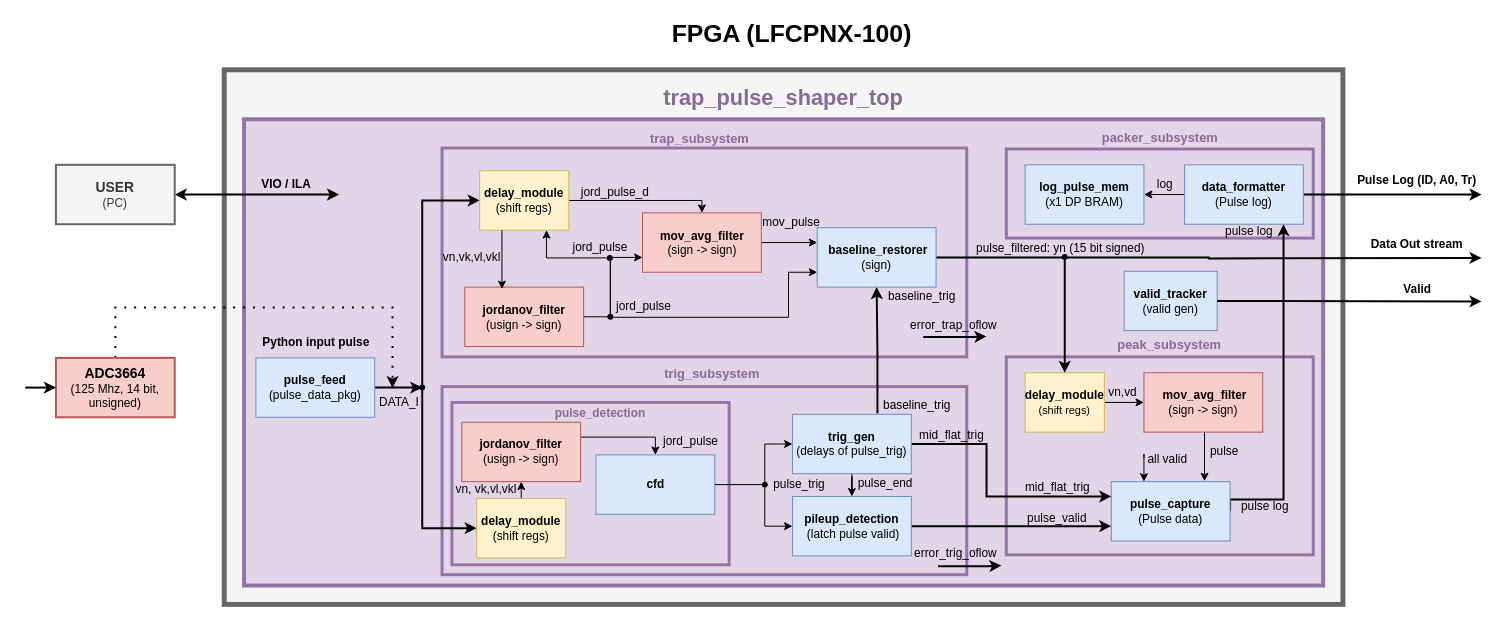
Earlier version of the draw.io diagram docs/Trapezoidal_Pulse_Shaper_BD.drawio (mexarlg/trap_filter). Source tidied: cells renumbered, new cells numbered last; positions are measured from the earlier drawing's top-left corner, leaving out a move shared by most shapes. Both pictures are drawn from the tidied source at 99%, with x=0, y=0 at pixel (25, 17).
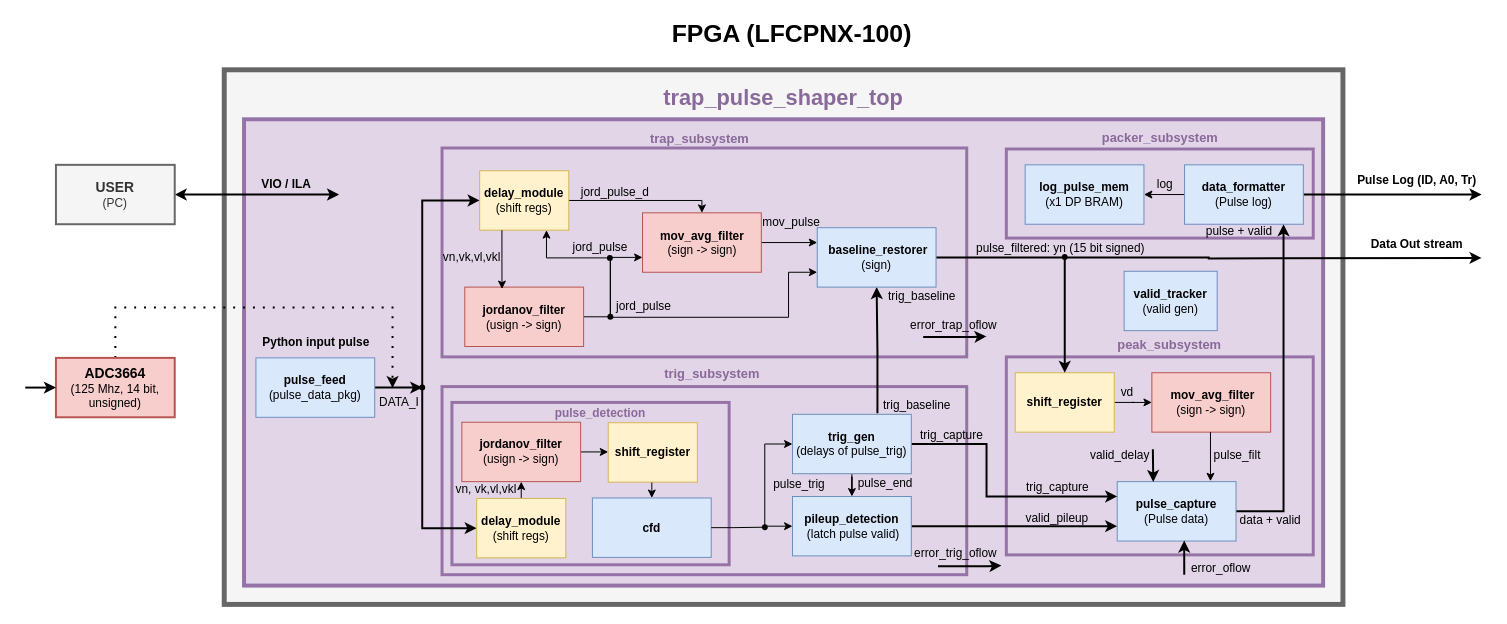
After the change.

The change refers to these unchanged cells:
```xml
<mxCell id="44" value="&lt;div&gt;&lt;b&gt;data_formatter&lt;/b&gt;&lt;/div&gt;&lt;div&gt;&lt;span style=&quot;background-color: transparent; color: light-dark(rgb(0, 0, 0), rgb(255, 255, 255));&quot;&gt;(Pulse log)&lt;/span&gt;&lt;/div&gt;" style="rounded=0;whiteSpace=wrap;html=1;fillColor=#dae8fc;strokeColor=#6c8ebf;" parent="1" vertex="1">
  <mxGeometry x="1171" y="149" width="120" height="60" as="geometry" />
</mxCell>
<mxCell id="63" value="&lt;div&gt;&lt;span style=&quot;background-color: transparent; color: light-dark(rgb(0, 0, 0), rgb(255, 255, 255));&quot;&gt;&lt;b style=&quot;&quot;&gt;&lt;font&gt;valid_tracker&lt;/font&gt;&lt;/b&gt;&lt;/span&gt;&lt;/div&gt;&lt;div&gt;&lt;span style=&quot;background-color: transparent; color: light-dark(rgb(0, 0, 0), rgb(255, 255, 255));&quot;&gt;(valid gen)&lt;/span&gt;&lt;/div&gt;" style="rounded=0;whiteSpace=wrap;html=1;fillColor=#dae8fc;strokeColor=#6c8ebf;" parent="1" vertex="1">
  <mxGeometry x="1110" y="256.5" width="94" height="60" as="geometry" />
</mxCell>
<mxCell id="88" value="&lt;div&gt;&lt;span style=&quot;background-color: transparent; color: light-dark(rgb(0, 0, 0), rgb(255, 255, 255));&quot;&gt;&lt;b&gt;jordanov_filter&lt;/b&gt;&lt;/span&gt;&lt;/div&gt;&lt;div&gt;&lt;span style=&quot;background-color: transparent; color: light-dark(rgb(0, 0, 0), rgb(255, 255, 255));&quot;&gt;(usign -&amp;gt; sign)&lt;/span&gt;&lt;/div&gt;" style="rounded=0;whiteSpace=wrap;html=1;fillColor=#f8cecc;strokeColor=#b85450;" parent="1" vertex="1">
  <mxGeometry x="441" y="409" width="120" height="60" as="geometry" />
</mxCell>
```

Diff of the diagram source:
```diff
@@
-    <mxCell id="22" value="&lt;div&gt;&lt;span style=&quot;background-color: transparent; color: light-dark(rgb(0, 0, 0), rgb(255, 255, 255));&quot;&gt;&lt;b&gt;delay_module&lt;/b&gt;&lt;/span&gt;&lt;/div&gt;&lt;div&gt;&lt;span style=&quot;background-color: transparent; color: light-dark(rgb(0, 0, 0), rgb(255, 255, 255));&quot;&gt;&lt;font style=&quot;font-size: 11px;&quot;&gt;(shift regs)&lt;/font&gt;&lt;/span&gt;&lt;/div&gt;" style="rounded=0;whiteSpace=wrap;html=1;fillColor=#fff2cc;strokeColor=#d6b656;" parent="1" vertex="1">
-      <mxGeometry x="1010" y="359" width="80" height="60" as="geometry" />
+    <mxCell id="22" value="&lt;div&gt;&lt;span style=&quot;background-color: transparent; color: light-dark(rgb(0, 0, 0), rgb(255, 255, 255));&quot;&gt;&lt;b&gt;shift_register&lt;/b&gt;&lt;/span&gt;&lt;/div&gt;" style="rounded=0;whiteSpace=wrap;html=1;fillColor=#fff2cc;strokeColor=#d6b656;" parent="1" vertex="1">
+      <mxGeometry x="1000" y="359" width="100" height="60" as="geometry" />
     </mxCell>
     <mxCell id="23" style="edgeStyle=orthogonalEdgeStyle;rounded=0;jettySize=auto;html=1;exitX=1;exitY=0.5;exitDx=0;exitDy=0;strokeWidth=2;" parent="1" edge="1" source="24" target="44">
       <mxGeometry relative="1" as="geometry">
         <Array as="points">
-          <mxPoint x="1271" y="487" />
+          <mxPoint x="1271" y="499" />
         </Array>
       </mxGeometry>
     </mxCell>
     <mxCell id="24" value="&lt;div&gt;&lt;span style=&quot;background-color: transparent; color: light-dark(rgb(0, 0, 0), rgb(255, 255, 255));&quot;&gt;&lt;b&gt;pulse_capture&lt;/b&gt;&lt;/span&gt;&lt;/div&gt;&lt;div&gt;&lt;span style=&quot;background-color: transparent; color: light-dark(rgb(0, 0, 0), rgb(255, 255, 255));&quot;&gt;(Pulse data)&lt;/span&gt;&lt;/div&gt;" style="rounded=0;whiteSpace=wrap;html=1;fillColor=#dae8fc;strokeColor=#6c8ebf;" parent="1" vertex="1">
-      <mxGeometry x="1097" y="469" width="120" height="60" as="geometry" />
+      <mxGeometry x="1103" y="469" width="120" height="60" as="geometry" />
     </mxCell>
@@
     <mxCell id="40" style="shape=waypoint;sketch=0;fillStyle=solid;size=6;points=[];fillColor=none;perimeter=centerPerimeter;snapToPoint=1;" parent="1" vertex="1">
-      <mxGeometry x="737" y="462" width="20" height="20" as="geometry" />
+      <mxGeometry x="737" y="505" width="20" height="20" as="geometry" />
     </mxCell>
@@
     <mxCell id="50" value="&lt;div&gt;&lt;b&gt;&amp;nbsp;mov_avg_filter&lt;/b&gt;&lt;/div&gt;&lt;div&gt;&lt;span style=&quot;background-color: transparent; color: light-dark(rgb(0, 0, 0), rgb(255, 255, 255));&quot;&gt;(sign -&amp;gt; sign)&lt;/span&gt;&lt;/div&gt;" style="rounded=0;whiteSpace=wrap;html=1;fillColor=#f8cecc;strokeColor=#b85450;" parent="1" vertex="1">
-      <mxGeometry x="1130" y="359" width="120" height="60" as="geometry" />
+      <mxGeometry x="1138" y="359" width="120" height="60" as="geometry" />
     </mxCell>
@@
-    <mxCell id="54" value="vn,vd&amp;nbsp;" style="text;html=1;whiteSpace=wrap;strokeColor=none;fillColor=none;align=center;verticalAlign=middle;rounded=0;" parent="1" vertex="1">
-      <mxGeometry x="1095" y="372.5" width="31" height="12" as="geometry" />
+    <mxCell id="54" value="vd&amp;nbsp;" style="text;html=1;whiteSpace=wrap;strokeColor=none;fillColor=none;align=center;verticalAlign=middle;rounded=0;" parent="1" vertex="1">
+      <mxGeometry x="1105" y="372.5" width="20" height="12" as="geometry" />
     </mxCell>
-    <mxCell id="55" value="pulse log" style="text;html=1;whiteSpace=wrap;strokeColor=none;fillColor=none;align=center;verticalAlign=middle;rounded=0;" parent="1" vertex="1">
-      <mxGeometry x="1227" y="489" width="51" height="10" as="geometry" />
+    <mxCell id="55" value="data + valid" style="text;html=1;whiteSpace=wrap;strokeColor=none;fillColor=none;align=center;verticalAlign=middle;rounded=0;" parent="1" vertex="1">
+      <mxGeometry x="1221" y="503" width="74" height="10" as="geometry" />
     </mxCell>
-    <mxCell id="56" value="pulse log" style="text;html=1;whiteSpace=wrap;strokeColor=none;fillColor=none;align=center;verticalAlign=middle;rounded=0;" parent="1" vertex="1">
-      <mxGeometry x="1211" y="210" width="51" height="12" as="geometry" />
+    <mxCell id="56" value="pulse + valid" style="text;html=1;whiteSpace=wrap;strokeColor=none;fillColor=none;align=center;verticalAlign=middle;rounded=0;" parent="1" vertex="1">
+      <mxGeometry x="1191" y="210" width="71" height="12" as="geometry" />
     </mxCell>
@@
-    <mxCell id="62" value="pulse_valid" style="text;html=1;whiteSpace=wrap;strokeColor=none;fillColor=none;align=center;verticalAlign=middle;rounded=0;" parent="1" vertex="1">
+    <mxCell id="62" value="valid_pileup" style="text;html=1;whiteSpace=wrap;strokeColor=none;fillColor=none;align=center;verticalAlign=middle;rounded=0;" parent="1" vertex="1">
       <mxGeometry x="1012" y="503" width="61" height="6" as="geometry" />
     </mxCell>
@@
-    <mxCell id="66" value="baseline_trig" style="text;html=1;whiteSpace=wrap;strokeColor=none;fillColor=none;align=center;verticalAlign=middle;rounded=0;" parent="1" vertex="1">
+    <mxCell id="66" value="trig_baseline" style="text;html=1;whiteSpace=wrap;strokeColor=none;fillColor=none;align=center;verticalAlign=middle;rounded=0;" parent="1" vertex="1">
       <mxGeometry x="861" y="385" width="80" height="13" as="geometry" />
     </mxCell>
@@
-    <mxCell id="77" style="edgeStyle=orthogonalEdgeStyle;rounded=0;jettySize=auto;html=1;exitX=1;exitY=0.5;exitDx=0;exitDy=0;strokeWidth=2;" parent="1" edge="1" source="63">
-      <mxGeometry relative="1" as="geometry">
-        <mxPoint x="1471" y="287" as="targetPoint" />
-        <Array as="points">
-          <mxPoint x="1254" y="286.5" />
-        </Array>
-      </mxGeometry>
-    </mxCell>
@@
-    <mxCell id="82" style="edgeStyle=orthogonalEdgeStyle;rounded=0;jettySize=auto;html=1;entryX=0.785;entryY=-0.007;entryDx=0;entryDy=0;entryPerimeter=0;" parent="1" edge="1" source="50" target="24">
+    <mxCell id="82" style="edgeStyle=orthogonalEdgeStyle;rounded=0;jettySize=auto;html=1;entryX=0.785;entryY=-0.007;entryDx=0;entryDy=0;entryPerimeter=0;exitX=0.5;exitY=1;exitDx=0;exitDy=0;" parent="1" edge="1" source="50" target="24">
       <mxGeometry relative="1" as="geometry">
         <Array as="points">
-          <mxPoint x="1191" y="429" />
+          <mxPoint x="1198" y="468.6" />
         </Array>
       </mxGeometry>
     </mxCell>
-    <mxCell id="83" value="pulse" style="text;html=1;whiteSpace=wrap;strokeColor=none;fillColor=none;align=center;verticalAlign=middle;rounded=0;" parent="1" vertex="1">
-      <mxGeometry x="1193" y="434.2" width="37" height="10.5" as="geometry" />
+    <mxCell id="83" value="pulse_filt" style="text;html=1;whiteSpace=wrap;strokeColor=none;fillColor=none;align=center;verticalAlign=middle;rounded=0;" parent="1" vertex="1">
+      <mxGeometry x="1211" y="437.8" width="27" height="10.5" as="geometry" />
     </mxCell>
-    <mxCell id="84" value="mid_flat_trig" style="text;html=1;whiteSpace=wrap;strokeColor=none;fillColor=none;align=center;verticalAlign=middle;rounded=0;" parent="1" vertex="1">
+    <mxCell id="84" value="trig_capture" style="text;html=1;whiteSpace=wrap;strokeColor=none;fillColor=none;align=center;verticalAlign=middle;rounded=0;" parent="1" vertex="1">
       <mxGeometry x="1012" y="470.5" width="61.5" height="9" as="geometry" />
     </mxCell>
-    <mxCell id="85" style="edgeStyle=orthogonalEdgeStyle;rounded=0;orthogonalLoop=1;jettySize=auto;html=1;entryX=0.785;entryY=-0.007;entryDx=0;entryDy=0;entryPerimeter=0;" parent="1" edge="1">
-      <mxGeometry relative="1" as="geometry">
-        <mxPoint x="1130" y="445" as="sourcePoint" />
-        <mxPoint x="1130" y="469" as="targetPoint" />
-        <Array as="points">
-          <mxPoint x="1130" y="441" />
-        </Array>
-      </mxGeometry>
-    </mxCell>
-    <mxCell id="86" value="all valid" style="text;html=1;whiteSpace=wrap;strokeColor=none;fillColor=none;align=center;verticalAlign=middle;rounded=0;" parent="1" vertex="1">
-      <mxGeometry x="1130" y="442" width="48" height="10.5" as="geometry" />
+    <mxCell id="86" value="valid_delay" style="text;html=1;whiteSpace=wrap;strokeColor=none;fillColor=none;align=center;verticalAlign=middle;rounded=0;" parent="1" vertex="1">
+      <mxGeometry x="1082" y="437.8" width="48" height="10.5" as="geometry" />
     </mxCell>
-    <mxCell id="87" style="edgeStyle=orthogonalEdgeStyle;rounded=0;jettySize=auto;html=1;exitX=1;exitY=0.25;exitDx=0;exitDy=0;entryX=0.5;entryY=0;entryDx=0;entryDy=0;" parent="1" edge="1" source="88" target="92">
-      <mxGeometry relative="1" as="geometry">
-        <Array as="points">
-          <mxPoint x="636.5" y="424" />
-        </Array>
-      </mxGeometry>
-    </mxCell>
+    <mxCell id="100" style="edgeStyle=orthogonalEdgeStyle;rounded=0;jettySize=auto;html=1;exitX=1;exitY=0.5;exitDx=0;exitDy=0;entryX=0;entryY=0.5;entryDx=0;entryDy=0;" parent="1" edge="1" source="88" target="102">
+      <mxGeometry relative="1" as="geometry" />
+    </mxCell>
@@
-    <mxCell id="91" value="&lt;b&gt;Valid&lt;/b&gt;" style="text;html=1;whiteSpace=wrap;strokeColor=none;fillColor=none;align=center;verticalAlign=middle;rounded=0;" parent="1" vertex="1">
-      <mxGeometry x="1383.5" y="267.8" width="45" height="14.2" as="geometry" />
-    </mxCell>
     <mxCell id="92" value="&lt;div&gt;&lt;span style=&quot;background-color: transparent; color: light-dark(rgb(0, 0, 0), rgb(255, 255, 255));&quot;&gt;&lt;b&gt;cfd&lt;/b&gt;&lt;/span&gt;&lt;/div&gt;" style="rounded=0;whiteSpace=wrap;html=1;fillColor=#dae8fc;strokeColor=#6c8ebf;" parent="1" vertex="1">
-      <mxGeometry x="576.5" y="442" width="120" height="60" as="geometry" />
+      <mxGeometry x="572.9" y="485.5" width="120" height="60" as="geometry" />
     </mxCell>
-    <mxCell id="93" value="jord_pulse" style="text;html=1;whiteSpace=wrap;strokeColor=none;fillColor=none;align=center;verticalAlign=middle;rounded=0;" parent="1" vertex="1">
-      <mxGeometry x="644" y="421" width="57" height="13" as="geometry" />
-    </mxCell>
@@
-    <mxCell id="95" value="baseline_trig" style="text;html=1;whiteSpace=wrap;strokeColor=none;fillColor=none;align=center;verticalAlign=middle;rounded=0;" parent="1" vertex="1">
+    <mxCell id="95" value="trig_baseline" style="text;html=1;whiteSpace=wrap;strokeColor=none;fillColor=none;align=center;verticalAlign=middle;rounded=0;" parent="1" vertex="1">
       <mxGeometry x="866" y="275" width="80" height="13" as="geometry" />
     </mxCell>
@@
-    <mxCell id="97" value="mid_flat_trig" style="text;html=1;whiteSpace=wrap;strokeColor=none;fillColor=none;align=center;verticalAlign=middle;rounded=0;" parent="1" vertex="1">
+    <mxCell id="97" value="trig_capture" style="text;html=1;whiteSpace=wrap;strokeColor=none;fillColor=none;align=center;verticalAlign=middle;rounded=0;" parent="1" vertex="1">
       <mxGeometry x="905" y="417" width="61.5" height="9" as="geometry" />
     </mxCell>
@@
+    <mxCell id="101" style="edgeStyle=orthogonalEdgeStyle;rounded=0;jettySize=auto;html=1;exitX=0.5;exitY=1;exitDx=0;exitDy=0;entryX=0.5;entryY=0;entryDx=0;entryDy=0;" parent="1" edge="1" source="102" target="92">
+      <mxGeometry relative="1" as="geometry" />
+    </mxCell>
+    <mxCell id="102" value="&lt;b&gt;shift_register&lt;/b&gt;" style="rounded=0;whiteSpace=wrap;html=1;fillColor=#fff2cc;strokeColor=#d6b656;" parent="1" vertex="1">
+      <mxGeometry x="588.9" y="409.5" width="90" height="60" as="geometry" />
+    </mxCell>
+    <mxCell id="103" style="edgeStyle=orthogonalEdgeStyle;rounded=0;orthogonalLoop=1;jettySize=auto;html=1;entryX=0.295;entryY=0.007;entryDx=0;entryDy=0;entryPerimeter=0;strokeWidth=2;" parent="1" edge="1">
+      <mxGeometry relative="1" as="geometry">
+        <mxPoint x="1139" y="436.2" as="sourcePoint" />
+        <mxPoint x="1139.4" y="469.4" as="targetPoint" />
+        <Array as="points">
+          <mxPoint x="1139.4" y="436.3" />
+        </Array>
+      </mxGeometry>
+    </mxCell>
+    <mxCell id="104" style="edgeStyle=orthogonalEdgeStyle;rounded=0;jettySize=auto;html=1;strokeWidth=2;entryX=0.564;entryY=0.992;entryDx=0;entryDy=0;entryPerimeter=0;" parent="1" edge="1" target="24">
+      <mxGeometry relative="1" as="geometry">
+        <mxPoint x="1170.7" y="553" as="sourcePoint" />
+        <Array as="points">
+          <mxPoint x="1170.7" y="563" />
+          <mxPoint x="1170.7" y="563" />
+        </Array>
+      </mxGeometry>
+    </mxCell>
+    <mxCell id="105" value="error_oflow" style="text;html=1;whiteSpace=wrap;strokeColor=none;fillColor=none;align=center;verticalAlign=middle;rounded=0;" parent="1" vertex="1">
+      <mxGeometry x="1171" y="552" width="74" height="10" as="geometry" />
+    </mxCell>
```
